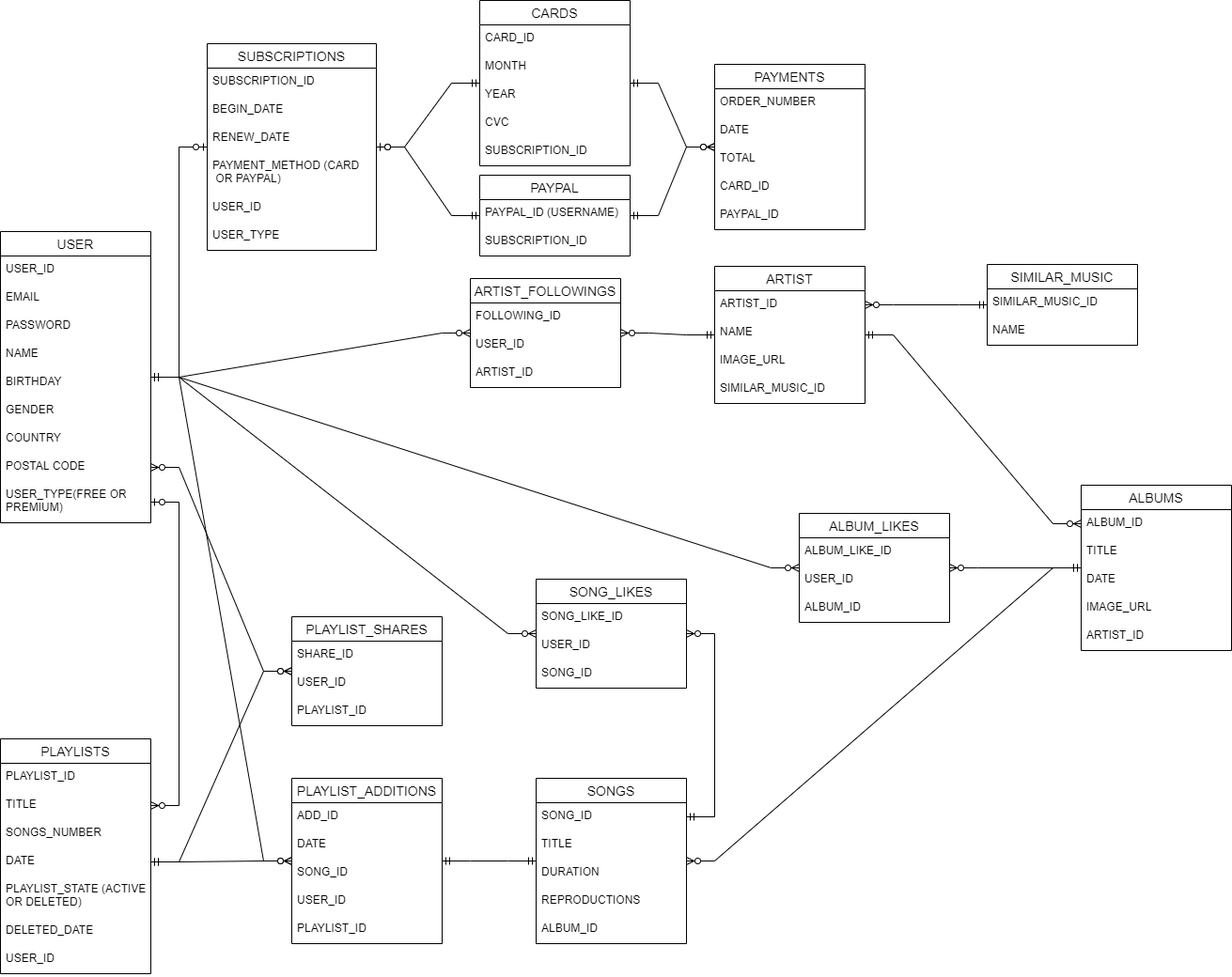
oscarvargas4/itacademy-sprint2-datastructure keeps this draw.io diagram as Estructura de dades - MySQL/spotify/spotify_diagram.png. Above is the earlier version. Source tidied: cells renumbered, new cells last; positions are measured from the earlier drawing's top-left corner, leaving out a move shared by most shapes.
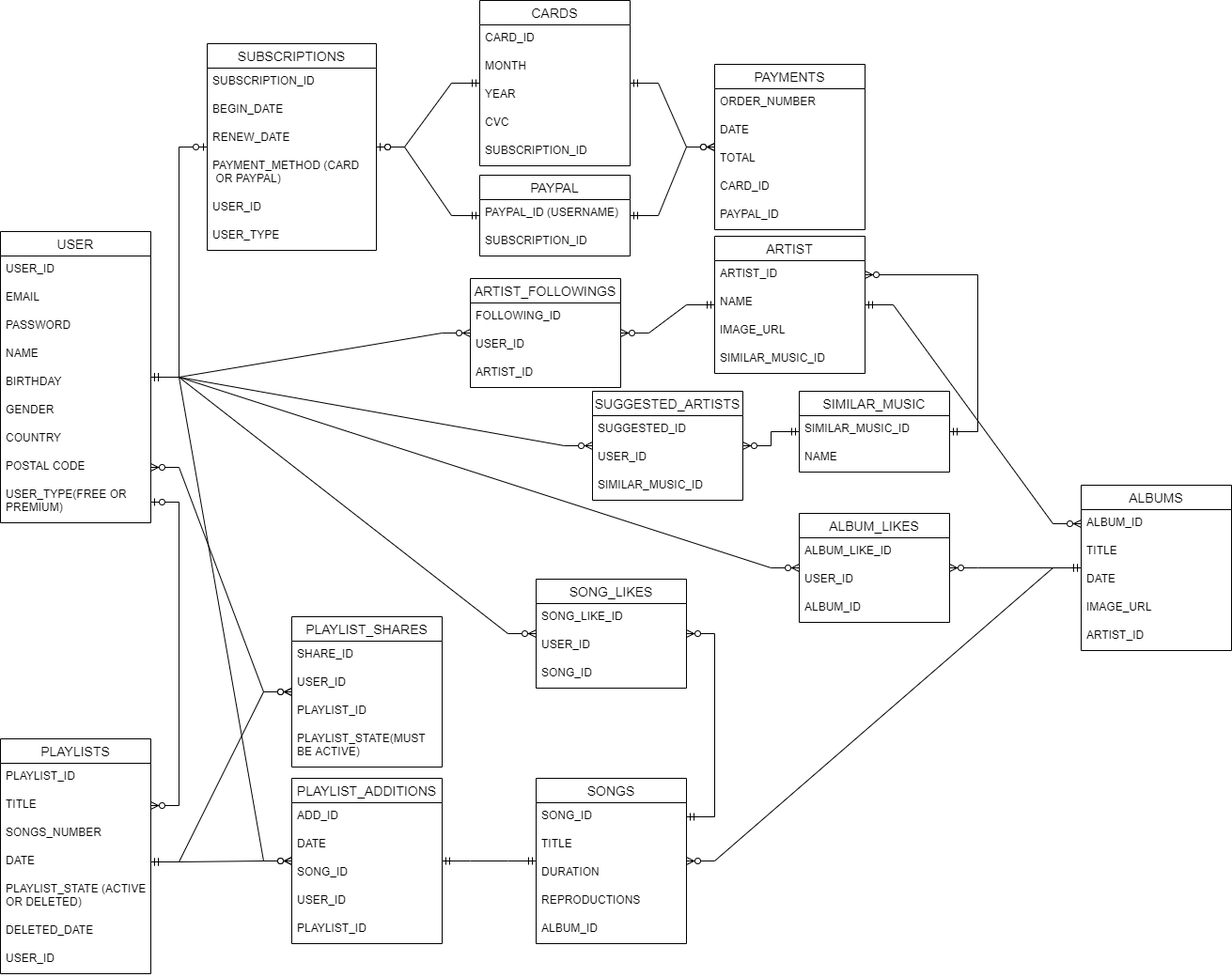
The same diagram one commit later.

Diff of the diagram source:
```diff
@@ -141,7 +141,7 @@
       <mxGeometry relative="1" as="geometry" />
     </mxCell>
     <mxCell id="48" value="PLAYLIST_SHARES" style="swimlane;fontStyle=0;horizontal=1;startSize=26;align=center;fontSize=14;" parent="1" vertex="1">
-      <mxGeometry x="310" y="656" width="160" height="116" as="geometry" />
+      <mxGeometry x="310" y="656" width="160" height="160" as="geometry" />
     </mxCell>
     <mxCell id="49" value="SHARE_ID" style="text;strokeColor=none;fillColor=none;spacingLeft=4;spacingRight=4;overflow=hidden;fontSize=12;" parent="48" vertex="1">
       <mxGeometry y="26" width="160" height="30" as="geometry" />
@@ -152,6 +152,9 @@
     <mxCell id="51" value="PLAYLIST_ID" style="text;strokeColor=none;fillColor=none;spacingLeft=4;spacingRight=4;overflow=hidden;fontSize=12;" parent="48" vertex="1">
       <mxGeometry y="86" width="160" height="30" as="geometry" />
     </mxCell>
+    <mxCell id="104" value="PLAYLIST_STATE(MUST &#10;BE ACTIVE)" style="text;strokeColor=none;fillColor=none;spacingLeft=4;spacingRight=4;overflow=hidden;fontSize=12;" parent="48" vertex="1">
+      <mxGeometry y="116" width="160" height="44" as="geometry" />
+    </mxCell>
     <mxCell id="52" value="PLAYLIST_ADDITIONS" style="swimlane;fontStyle=0;horizontal=1;startSize=26;align=center;fontSize=14;" parent="1" vertex="1">
       <mxGeometry x="310" y="828" width="160" height="176" as="geometry" />
     </mxCell>
@@ -219,7 +222,7 @@
       <mxGeometry y="146" width="160" height="30" as="geometry" />
     </mxCell>
     <mxCell id="74" value="ARTIST" style="swimlane;fontStyle=0;horizontal=1;startSize=26;align=center;fontSize=14;" parent="1" vertex="1">
-      <mxGeometry x="760" y="283" width="160" height="146" as="geometry" />
+      <mxGeometry x="760" y="251" width="160" height="146" as="geometry" />
     </mxCell>
     <mxCell id="75" value="ARTIST_ID" style="text;strokeColor=none;fillColor=none;spacingLeft=4;spacingRight=4;overflow=hidden;points=[[0,0.5],[1,0.5]];portConstraint=eastwest;fontSize=12;" parent="74" vertex="1">
       <mxGeometry y="26" width="160" height="30" as="geometry" />
@@ -261,7 +264,7 @@
       <mxGeometry relative="1" as="geometry" />
     </mxCell>
     <mxCell id="88" value="SIMILAR_MUSIC" style="swimlane;fontStyle=0;horizontal=1;startSize=26;align=center;fontSize=14;" parent="1" vertex="1">
-      <mxGeometry x="1050" y="281" width="160" height="86" as="geometry" />
+      <mxGeometry x="850" y="416" width="160" height="86" as="geometry" />
     </mxCell>
     <mxCell id="89" value="SIMILAR_MUSIC_ID" style="text;strokeColor=none;fillColor=none;spacingLeft=4;spacingRight=4;overflow=hidden;fontSize=12;" parent="88" vertex="1">
       <mxGeometry y="26" width="160" height="30" as="geometry" />
@@ -308,5 +311,23 @@
     <mxCell id="103" style="edgeStyle=entityRelationEdgeStyle;fontSize=12;html=1;endArrow=ERzeroToMany;startArrow=ERmandOne;rounded=0;" parent="1" edge="1" source="62" target="98">
       <mxGeometry relative="1" as="geometry" />
     </mxCell>
+    <mxCell id="105" value="SUGGESTED_ARTISTS" style="swimlane;fontStyle=0;horizontal=1;startSize=26;align=center;fontSize=14;" parent="1" vertex="1">
+      <mxGeometry x="630" y="416" width="160" height="116" as="geometry" />
+    </mxCell>
+    <mxCell id="106" value="SUGGESTED_ID" style="text;strokeColor=none;fillColor=none;spacingLeft=4;spacingRight=4;overflow=hidden;fontSize=12;" parent="105" vertex="1">
+      <mxGeometry y="26" width="160" height="30" as="geometry" />
+    </mxCell>
+    <mxCell id="107" value="USER_ID" style="text;strokeColor=none;fillColor=none;spacingLeft=4;spacingRight=4;overflow=hidden;fontSize=12;" parent="105" vertex="1">
+      <mxGeometry y="56" width="160" height="30" as="geometry" />
+    </mxCell>
+    <mxCell id="108" value="SIMILAR_MUSIC_ID" style="text;strokeColor=none;fillColor=none;spacingLeft=4;spacingRight=4;overflow=hidden;fontSize=12;" parent="105" vertex="1">
+      <mxGeometry y="86" width="160" height="30" as="geometry" />
+    </mxCell>
+    <mxCell id="109" style="edgeStyle=entityRelationEdgeStyle;fontSize=12;html=1;endArrow=ERzeroToMany;startArrow=ERmandOne;rounded=0;" parent="1" edge="1" source="88" target="105">
+      <mxGeometry relative="1" as="geometry" />
+    </mxCell>
+    <mxCell id="110" style="edgeStyle=entityRelationEdgeStyle;fontSize=12;html=1;endArrow=ERzeroToMany;startArrow=ERmandOne;rounded=0;" parent="1" edge="1" source="2" target="105">
+      <mxGeometry relative="1" as="geometry" />
+    </mxCell>
   </root>
 </mxGraphModel>
```
